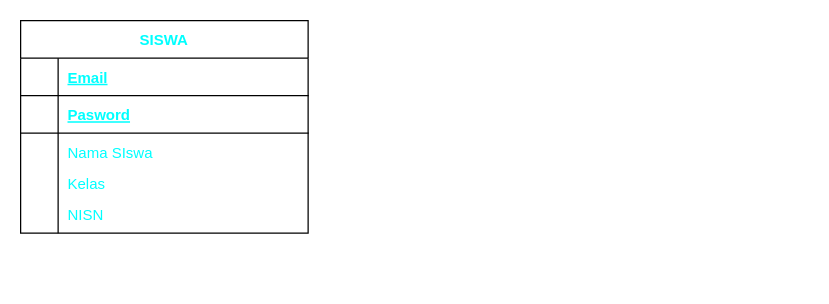
This is Untitled Diagram.drawio from alzenacheiryl/project-website-osis, a draw.io file, before an edit. Source tidied: cells renumbered, new cells numbered last; positions are measured from the earlier drawing's top-left corner, leaving out a move shared by most shapes. Both pictures are drawn from the tidied source at 125%, with x=0, y=0 at pixel (20, 20).
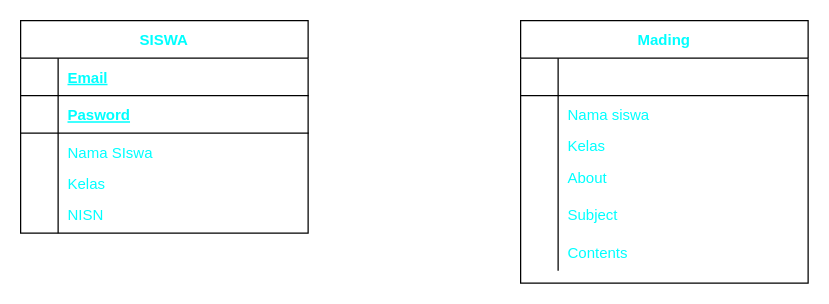
Above is the later version.

Commit message:
add tabel mading

The edit, as a diff of the source:
```diff
@@
+    <mxCell id="18" value="Mading" style="shape=table;startSize=30;childLayout=tableLayout;rowLines=0;fontStyle=1;align=center;fontColor=#00FFFF;" parent="1" vertex="1">
+      <mxGeometry x="400" width="230" height="210" as="geometry" />
+    </mxCell>
+    <mxCell id="19" style="shape=partialRectangle;fillColor=none;top=0;left=0;bottom=1;right=0;" parent="18" vertex="1">
+      <mxGeometry y="30" width="230" height="30" as="geometry" />
+    </mxCell>
+    <mxCell id="20" style="shape=partialRectangle;fillColor=none;top=0;left=0;bottom=0;right=0;fontStyle=1;overflow=hidden;fontColor=#00FFFF;" parent="19" vertex="1">
+      <mxGeometry width="30" height="30" as="geometry" />
+    </mxCell>
+    <mxCell id="21" style="shape=partialRectangle;fillColor=none;top=0;left=0;bottom=0;right=0;align=left;spacingLeft=6;fontStyle=5;overflow=hidden;fontColor=#00FFFF;" parent="19" vertex="1">
+      <mxGeometry x="30" width="200" height="30" as="geometry" />
+    </mxCell>
+    <mxCell id="22" style="shape=partialRectangle;fillColor=none;top=0;left=0;bottom=0;right=0;" parent="18" vertex="1">
+      <mxGeometry y="60" width="230" height="30" as="geometry" />
+    </mxCell>
+    <mxCell id="23" style="shape=partialRectangle;fillColor=none;top=0;left=0;bottom=0;right=0;overflow=hidden;" parent="22" vertex="1">
+      <mxGeometry width="30" height="30" as="geometry" />
+    </mxCell>
+    <mxCell id="24" value="Nama siswa" style="shape=partialRectangle;fillColor=none;top=0;left=0;bottom=0;right=0;align=left;spacingLeft=6;overflow=hidden;fontColor=#00FFFF;" parent="22" vertex="1">
+      <mxGeometry x="30" width="200" height="30" as="geometry" />
+    </mxCell>
+    <mxCell id="25" style="shape=partialRectangle;fillColor=none;top=0;left=0;bottom=0;right=0;" parent="18" vertex="1">
+      <mxGeometry y="90" width="230" height="20" as="geometry" />
+    </mxCell>
+    <mxCell id="26" style="shape=partialRectangle;fillColor=none;top=0;left=0;bottom=0;right=0;overflow=hidden;" parent="25" vertex="1">
+      <mxGeometry width="30" height="20" as="geometry" />
+    </mxCell>
+    <mxCell id="27" value="Kelas" style="shape=partialRectangle;fillColor=none;top=0;left=0;bottom=0;right=0;align=left;spacingLeft=6;overflow=hidden;fontColor=#00FFFF;" parent="25" vertex="1">
+      <mxGeometry x="30" width="200" height="20" as="geometry" />
+    </mxCell>
+    <mxCell id="28" style="shape=partialRectangle;fillColor=none;top=0;left=0;bottom=0;right=0;" parent="18" vertex="1">
+      <mxGeometry y="110" width="230" height="30" as="geometry" />
+    </mxCell>
+    <mxCell id="29" style="shape=partialRectangle;fillColor=none;top=0;left=0;bottom=0;right=0;overflow=hidden;" parent="28" vertex="1">
+      <mxGeometry width="30" height="30" as="geometry" />
+    </mxCell>
+    <mxCell id="30" value="About " style="shape=partialRectangle;fillColor=none;top=0;left=0;bottom=0;right=0;align=left;spacingLeft=6;overflow=hidden;fontColor=#00FFFF;" parent="28" vertex="1">
+      <mxGeometry x="30" width="200" height="30" as="geometry" />
+    </mxCell>
+    <mxCell id="31" style="shape=partialRectangle;fillColor=none;top=0;left=0;bottom=0;right=0;" parent="18" vertex="1">
+      <mxGeometry y="140" width="230" height="30" as="geometry" />
+    </mxCell>
+    <mxCell id="32" style="shape=partialRectangle;fillColor=none;top=0;left=0;bottom=0;right=0;overflow=hidden;" parent="31" vertex="1">
+      <mxGeometry width="30" height="30" as="geometry" />
+    </mxCell>
+    <mxCell id="33" value="Subject" style="shape=partialRectangle;fillColor=none;top=0;left=0;bottom=0;right=0;align=left;spacingLeft=6;overflow=hidden;fontColor=#00FFFF;" parent="31" vertex="1">
+      <mxGeometry x="30" width="200" height="30" as="geometry" />
+    </mxCell>
+    <mxCell id="34" style="shape=partialRectangle;fillColor=none;top=0;left=0;bottom=0;right=0;" parent="18" vertex="1">
+      <mxGeometry y="170" width="230" height="30" as="geometry" />
+    </mxCell>
+    <mxCell id="35" style="shape=partialRectangle;fillColor=none;top=0;left=0;bottom=0;right=0;overflow=hidden;" parent="34" vertex="1">
+      <mxGeometry width="30" height="30" as="geometry" />
+    </mxCell>
+    <mxCell id="36" value="Contents" style="shape=partialRectangle;fillColor=none;top=0;left=0;bottom=0;right=0;align=left;spacingLeft=6;overflow=hidden;fontColor=#00FFFF;" parent="34" vertex="1">
+      <mxGeometry x="30" width="200" height="30" as="geometry" />
+    </mxCell>
```
